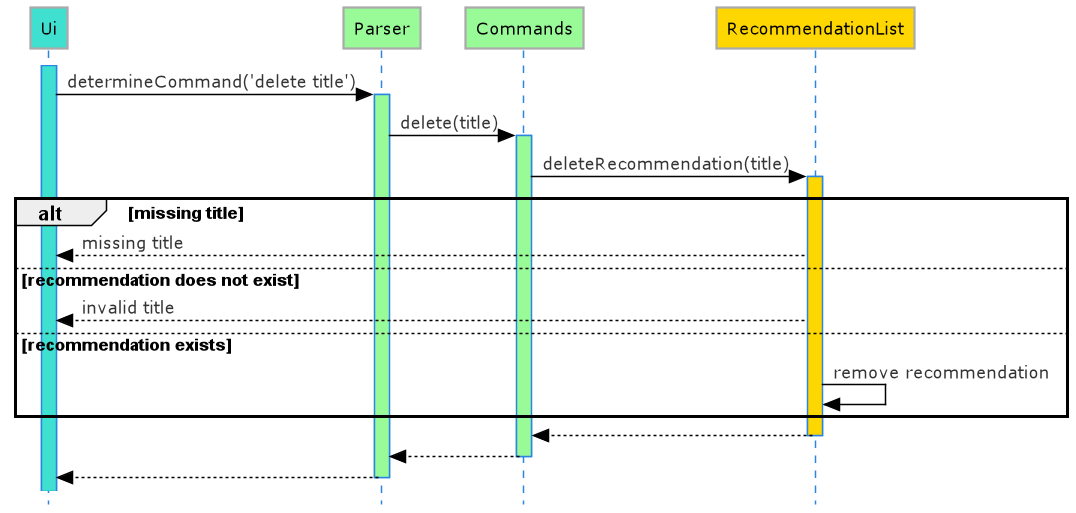
Before: docs/diagrams/Delete_Reco_Sequence_Diagram.png, a diagram exported from PlantUML (nus-cs2113-AY2021S2/tp).
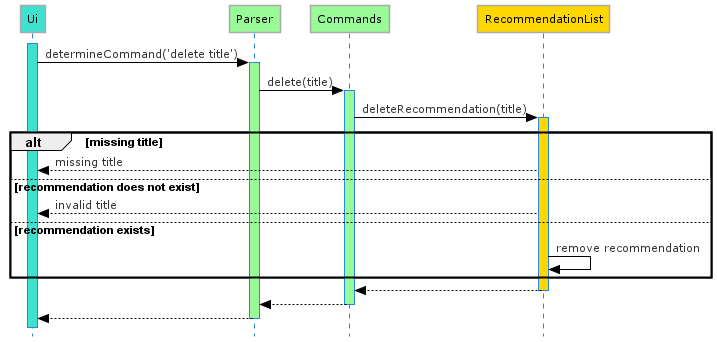
The same file after the commit.

Diff of the diagram source:
```diff
@@ -1,4 +1,4 @@
-@startuml Delete_Sequence_Diagram
+@startuml Delete_Reco_Sequence_Diagram
 !define LIGHTBLUE
 !includeurl https://raw.githubusercontent.com/Drakemor/RedDress-PlantUML/master/style.puml
 skinparam style strictuml
```
